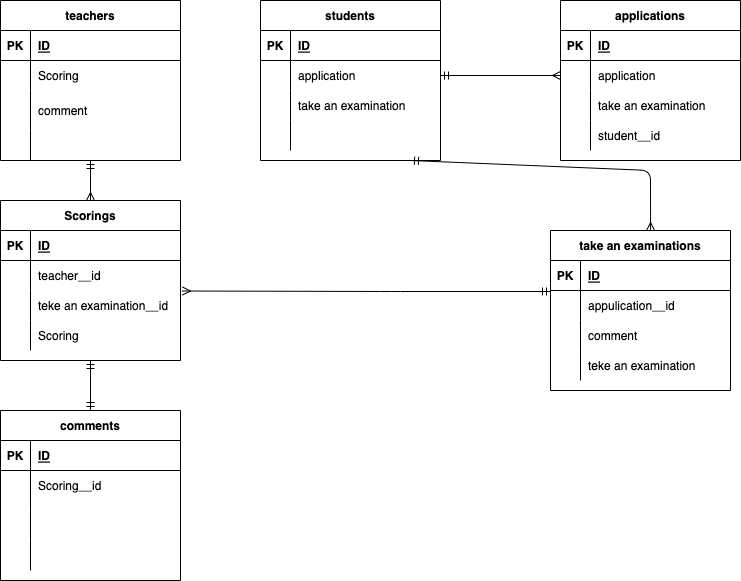
Above: test.drawio.png in daiki239/20220701- (draw.io), before the change. Source tidied: cells renumbered, new cells last; positions are measured from the earlier drawing's top-left corner, leaving out a move shared by most shapes.
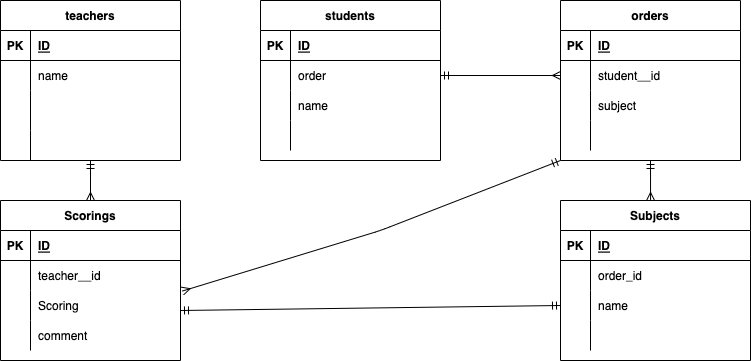
The same file after the commit.

What changed in the source:
```diff
@@ -20,7 +20,7 @@
     <mxCell id="7" style="shape=partialRectangle;fillColor=none;top=0;left=0;bottom=0;right=0;overflow=hidden;" parent="6" vertex="1">
       <mxGeometry width="30" height="30" as="geometry" />
     </mxCell>
-    <mxCell id="8" value="Scoring" style="shape=partialRectangle;fillColor=none;top=0;left=0;bottom=0;right=0;align=left;spacingLeft=6;overflow=hidden;" parent="6" vertex="1">
+    <mxCell id="8" value="name" style="shape=partialRectangle;fillColor=none;top=0;left=0;bottom=0;right=0;align=left;spacingLeft=6;overflow=hidden;" parent="6" vertex="1">
       <mxGeometry x="30" width="150" height="30" as="geometry" />
     </mxCell>
     <mxCell id="9" style="shape=partialRectangle;fillColor=none;top=0;left=0;bottom=0;right=0;" parent="2" vertex="1">
@@ -29,7 +29,7 @@
     <mxCell id="10" style="shape=partialRectangle;fillColor=none;top=0;left=0;bottom=0;right=0;overflow=hidden;" parent="9" vertex="1">
       <mxGeometry width="30" height="40" as="geometry" />
     </mxCell>
-    <mxCell id="11" value="comment" style="shape=partialRectangle;fillColor=none;top=0;left=0;bottom=0;right=0;align=left;spacingLeft=6;overflow=hidden;" parent="9" vertex="1">
+    <mxCell id="11" style="shape=partialRectangle;fillColor=none;top=0;left=0;bottom=0;right=0;align=left;spacingLeft=6;overflow=hidden;" parent="9" vertex="1">
       <mxGeometry x="30" width="150" height="40" as="geometry" />
     </mxCell>
     <mxCell id="12" style="shape=partialRectangle;fillColor=none;top=0;left=0;bottom=0;right=0;" parent="2" vertex="1">
@@ -59,7 +59,7 @@
     <mxCell id="20" style="shape=partialRectangle;fillColor=none;top=0;left=0;bottom=0;right=0;overflow=hidden;" parent="19" vertex="1">
       <mxGeometry width="30" height="30" as="geometry" />
     </mxCell>
-    <mxCell id="21" value="application" style="shape=partialRectangle;fillColor=none;top=0;left=0;bottom=0;right=0;align=left;spacingLeft=6;overflow=hidden;" parent="19" vertex="1">
+    <mxCell id="21" value="order" style="shape=partialRectangle;fillColor=none;top=0;left=0;bottom=0;right=0;align=left;spacingLeft=6;overflow=hidden;" parent="19" vertex="1">
       <mxGeometry x="30" width="150" height="30" as="geometry" />
     </mxCell>
     <mxCell id="22" style="shape=partialRectangle;fillColor=none;top=0;left=0;bottom=0;right=0;" parent="15" vertex="1">
@@ -68,7 +68,7 @@
     <mxCell id="23" style="shape=partialRectangle;fillColor=none;top=0;left=0;bottom=0;right=0;overflow=hidden;" parent="22" vertex="1">
       <mxGeometry width="30" height="30" as="geometry" />
     </mxCell>
-    <mxCell id="24" value="take an examination" style="shape=partialRectangle;fillColor=none;top=0;left=0;bottom=0;right=0;align=left;spacingLeft=6;overflow=hidden;" parent="22" vertex="1">
+    <mxCell id="24" value="name" style="shape=partialRectangle;fillColor=none;top=0;left=0;bottom=0;right=0;align=left;spacingLeft=6;overflow=hidden;" parent="22" vertex="1">
       <mxGeometry x="30" width="150" height="30" as="geometry" />
     </mxCell>
     <mxCell id="25" style="shape=partialRectangle;fillColor=none;top=0;left=0;bottom=0;right=0;" parent="15" vertex="1">
@@ -107,7 +107,7 @@
     <mxCell id="36" style="shape=partialRectangle;fillColor=none;top=0;left=0;bottom=0;right=0;overflow=hidden;" parent="35" vertex="1">
       <mxGeometry width="30" height="30" as="geometry" />
     </mxCell>
-    <mxCell id="37" value="teke an examination__id" style="shape=partialRectangle;fillColor=none;top=0;left=0;bottom=0;right=0;align=left;spacingLeft=6;overflow=hidden;" parent="35" vertex="1">
+    <mxCell id="37" value="Scoring" style="shape=partialRectangle;fillColor=none;top=0;left=0;bottom=0;right=0;align=left;spacingLeft=6;overflow=hidden;" parent="35" vertex="1">
       <mxGeometry x="30" width="150" height="30" as="geometry" />
     </mxCell>
     <mxCell id="38" style="shape=partialRectangle;fillColor=none;top=0;left=0;bottom=0;right=0;" parent="28" vertex="1">
@@ -116,7 +116,7 @@
     <mxCell id="39" style="shape=partialRectangle;fillColor=none;top=0;left=0;bottom=0;right=0;overflow=hidden;" parent="38" vertex="1">
       <mxGeometry width="30" height="30" as="geometry" />
     </mxCell>
-    <mxCell id="40" value="Scoring" style="shape=partialRectangle;fillColor=none;top=0;left=0;bottom=0;right=0;align=left;spacingLeft=6;overflow=hidden;" parent="38" vertex="1">
+    <mxCell id="40" value="comment" style="shape=partialRectangle;fillColor=none;top=0;left=0;bottom=0;right=0;align=left;spacingLeft=6;overflow=hidden;" parent="38" vertex="1">
       <mxGeometry x="30" width="150" height="30" as="geometry" />
     </mxCell>
     <mxCell id="41" style="html=1;targetPerimeterSpacing=8;endArrow=ERmany;endFill=0;startArrow=ERmandOne;startFill=0;entryX=0.5;entryY=0;entryDx=0;entryDy=0;" parent="1" edge="1" target="28">
@@ -124,99 +124,14 @@
         <mxPoint x="90" y="160" as="sourcePoint" />
       </mxGeometry>
     </mxCell>
-    <mxCell id="42" value="take an examinations" style="shape=table;startSize=30;rowLines=0;fontStyle=1;align=center;" parent="1" vertex="1">
-      <mxGeometry x="550" y="230" width="180" height="160" as="geometry" />
-    </mxCell>
-    <mxCell id="43" style="shape=partialRectangle;fillColor=none;top=0;left=0;bottom=1;right=0;" parent="42" vertex="1">
-      <mxGeometry y="30" width="180" height="30" as="geometry" />
-    </mxCell>
-    <mxCell id="44" value="PK" style="shape=partialRectangle;fillColor=none;top=0;left=0;bottom=0;right=0;fontStyle=1;overflow=hidden;" parent="43" vertex="1">
-      <mxGeometry width="30" height="30" as="geometry" />
-    </mxCell>
-    <mxCell id="45" value="ID" style="shape=partialRectangle;fillColor=none;top=0;left=0;bottom=0;right=0;align=left;spacingLeft=6;fontStyle=5;overflow=hidden;" parent="43" vertex="1">
-      <mxGeometry x="30" width="150" height="30" as="geometry" />
-    </mxCell>
-    <mxCell id="46" style="shape=partialRectangle;fillColor=none;top=0;left=0;bottom=0;right=0;" parent="42" vertex="1">
-      <mxGeometry y="60" width="180" height="30" as="geometry" />
-    </mxCell>
-    <mxCell id="47" style="shape=partialRectangle;fillColor=none;top=0;left=0;bottom=0;right=0;overflow=hidden;" parent="46" vertex="1">
-      <mxGeometry width="30" height="30" as="geometry" />
-    </mxCell>
-    <mxCell id="48" value="appulication__id" style="shape=partialRectangle;fillColor=none;top=0;left=0;bottom=0;right=0;align=left;spacingLeft=6;overflow=hidden;" parent="46" vertex="1">
-      <mxGeometry x="30" width="150" height="30" as="geometry" />
-    </mxCell>
-    <mxCell id="49" style="shape=partialRectangle;fillColor=none;top=0;left=0;bottom=0;right=0;" parent="42" vertex="1">
-      <mxGeometry y="90" width="180" height="30" as="geometry" />
-    </mxCell>
-    <mxCell id="50" style="shape=partialRectangle;fillColor=none;top=0;left=0;bottom=0;right=0;overflow=hidden;" parent="49" vertex="1">
-      <mxGeometry width="30" height="30" as="geometry" />
-    </mxCell>
-    <mxCell id="51" value="comment" style="shape=partialRectangle;fillColor=none;top=0;left=0;bottom=0;right=0;align=left;spacingLeft=6;overflow=hidden;" parent="49" vertex="1">
-      <mxGeometry x="30" width="150" height="30" as="geometry" />
-    </mxCell>
-    <mxCell id="52" style="shape=partialRectangle;fillColor=none;top=0;left=0;bottom=0;right=0;" parent="42" vertex="1">
-      <mxGeometry y="120" width="180" height="30" as="geometry" />
-    </mxCell>
-    <mxCell id="53" style="shape=partialRectangle;fillColor=none;top=0;left=0;bottom=0;right=0;overflow=hidden;" parent="52" vertex="1">
-      <mxGeometry width="30" height="30" as="geometry" />
-    </mxCell>
-    <mxCell id="54" value="teke an examination" style="shape=partialRectangle;fillColor=none;top=0;left=0;bottom=0;right=0;align=left;spacingLeft=6;overflow=hidden;" parent="52" vertex="1">
-      <mxGeometry x="30" width="150" height="30" as="geometry" />
-    </mxCell>
-    <mxCell id="55" value="comments" style="shape=table;startSize=30;rowLines=0;fontStyle=1;align=center;" parent="1" vertex="1">
-      <mxGeometry y="410" width="180" height="170" as="geometry" />
-    </mxCell>
-    <mxCell id="56" style="shape=partialRectangle;fillColor=none;top=0;left=0;bottom=1;right=0;" parent="55" vertex="1">
-      <mxGeometry y="30" width="180" height="30" as="geometry" />
-    </mxCell>
-    <mxCell id="57" value="PK" style="shape=partialRectangle;fillColor=none;top=0;left=0;bottom=0;right=0;fontStyle=1;overflow=hidden;" parent="56" vertex="1">
-      <mxGeometry width="30" height="30" as="geometry" />
-    </mxCell>
-    <mxCell id="58" value="ID" style="shape=partialRectangle;fillColor=none;top=0;left=0;bottom=0;right=0;align=left;spacingLeft=6;fontStyle=5;overflow=hidden;" parent="56" vertex="1">
-      <mxGeometry x="30" width="150" height="30" as="geometry" />
-    </mxCell>
-    <mxCell id="59" style="shape=partialRectangle;fillColor=none;top=0;left=0;bottom=0;right=0;" parent="55" vertex="1">
-      <mxGeometry y="60" width="180" height="40" as="geometry" />
-    </mxCell>
-    <mxCell id="60" style="shape=partialRectangle;fillColor=none;top=0;left=0;bottom=0;right=0;overflow=hidden;" parent="59" vertex="1">
-      <mxGeometry width="30" height="40" as="geometry" />
-    </mxCell>
-    <mxCell id="61" style="shape=partialRectangle;fillColor=none;top=0;left=0;bottom=0;right=0;align=left;spacingLeft=6;overflow=hidden;" parent="59" vertex="1">
-      <mxGeometry x="30" width="150" height="40" as="geometry" />
-    </mxCell>
-    <mxCell id="62" style="shape=partialRectangle;fillColor=none;top=0;left=0;bottom=0;right=0;" parent="55" vertex="1">
-      <mxGeometry y="100" width="180" height="30" as="geometry" />
-    </mxCell>
-    <mxCell id="63" style="shape=partialRectangle;fillColor=none;top=0;left=0;bottom=0;right=0;overflow=hidden;" parent="62" vertex="1">
-      <mxGeometry width="30" height="30" as="geometry" />
-    </mxCell>
-    <mxCell id="64" style="shape=partialRectangle;fillColor=none;top=0;left=0;bottom=0;right=0;align=left;spacingLeft=6;overflow=hidden;" parent="62" vertex="1">
-      <mxGeometry x="30" width="150" height="30" as="geometry" />
-    </mxCell>
-    <mxCell id="65" style="shape=partialRectangle;fillColor=none;top=0;left=0;bottom=0;right=0;" parent="55" vertex="1">
-      <mxGeometry y="130" width="180" height="30" as="geometry" />
-    </mxCell>
-    <mxCell id="66" style="shape=partialRectangle;fillColor=none;top=0;left=0;bottom=0;right=0;overflow=hidden;" parent="65" vertex="1">
-      <mxGeometry width="30" height="30" as="geometry" />
-    </mxCell>
-    <mxCell id="67" style="shape=partialRectangle;fillColor=none;top=0;left=0;bottom=0;right=0;align=left;spacingLeft=6;overflow=hidden;" parent="65" vertex="1">
-      <mxGeometry x="30" width="150" height="30" as="geometry" />
-    </mxCell>
-    <mxCell id="68" style="html=1;exitX=0.5;exitY=1;exitDx=0;exitDy=0;targetPerimeterSpacing=8;endArrow=ERmandOne;endFill=0;startArrow=ERmandOne;startFill=0;entryX=0.5;entryY=0;entryDx=0;entryDy=0;" parent="1" edge="1" source="28" target="55">
-      <mxGeometry relative="1" as="geometry" />
-    </mxCell>
-    <mxCell id="69" style="html=1;targetPerimeterSpacing=8;endArrow=ERmany;endFill=0;startArrow=ERmandOne;startFill=0;entryX=1.011;entryY=0.017;entryDx=0;entryDy=0;entryPerimeter=0;" parent="1" edge="1" target="35">
+    <mxCell id="69" style="html=1;targetPerimeterSpacing=8;endArrow=ERmany;endFill=0;startArrow=ERmandOne;startFill=0;entryX=1.011;entryY=0.017;entryDx=0;entryDy=0;entryPerimeter=0;exitX=0;exitY=1;exitDx=0;exitDy=0;" parent="1" edge="1" source="71" target="35">
       <mxGeometry relative="1" as="geometry">
-        <mxPoint x="550" y="291" as="sourcePoint" />
         <Array as="points">
-          <mxPoint x="390" y="291" />
+          <mxPoint x="380" y="230" />
         </Array>
       </mxGeometry>
     </mxCell>
-    <mxCell id="70" value="Scoring__id" style="shape=partialRectangle;fillColor=none;top=0;left=0;bottom=0;right=0;align=left;spacingLeft=6;overflow=hidden;" parent="1" vertex="1">
-      <mxGeometry x="30" y="470" width="150" height="30" as="geometry" />
-    </mxCell>
-    <mxCell id="71" value="applications" style="shape=table;startSize=30;rowLines=0;fontStyle=1;align=center;" parent="1" vertex="1">
+    <mxCell id="71" value="orders" style="shape=table;startSize=30;rowLines=0;fontStyle=1;align=center;" parent="1" vertex="1">
       <mxGeometry x="560" width="180" height="160" as="geometry" />
     </mxCell>
     <mxCell id="72" style="shape=partialRectangle;fillColor=none;top=0;left=0;bottom=1;right=0;" parent="71" vertex="1">
@@ -234,7 +149,7 @@
     <mxCell id="76" style="shape=partialRectangle;fillColor=none;top=0;left=0;bottom=0;right=0;overflow=hidden;" parent="75" vertex="1">
       <mxGeometry width="30" height="30" as="geometry" />
     </mxCell>
-    <mxCell id="77" value="application" style="shape=partialRectangle;fillColor=none;top=0;left=0;bottom=0;right=0;align=left;spacingLeft=6;overflow=hidden;" parent="75" vertex="1">
+    <mxCell id="77" value="student__id" style="shape=partialRectangle;fillColor=none;top=0;left=0;bottom=0;right=0;align=left;spacingLeft=6;overflow=hidden;" parent="75" vertex="1">
       <mxGeometry x="30" width="150" height="30" as="geometry" />
     </mxCell>
     <mxCell id="78" style="shape=partialRectangle;fillColor=none;top=0;left=0;bottom=0;right=0;" parent="71" vertex="1">
@@ -243,7 +158,7 @@
     <mxCell id="79" style="shape=partialRectangle;fillColor=none;top=0;left=0;bottom=0;right=0;overflow=hidden;" parent="78" vertex="1">
       <mxGeometry width="30" height="30" as="geometry" />
     </mxCell>
-    <mxCell id="80" value="take an examination" style="shape=partialRectangle;fillColor=none;top=0;left=0;bottom=0;right=0;align=left;spacingLeft=6;overflow=hidden;" parent="78" vertex="1">
+    <mxCell id="80" value="subject" style="shape=partialRectangle;fillColor=none;top=0;left=0;bottom=0;right=0;align=left;spacingLeft=6;overflow=hidden;" parent="78" vertex="1">
       <mxGeometry x="30" width="150" height="30" as="geometry" />
     </mxCell>
     <mxCell id="81" style="shape=partialRectangle;fillColor=none;top=0;left=0;bottom=0;right=0;" parent="71" vertex="1">
@@ -252,19 +167,58 @@
     <mxCell id="82" style="shape=partialRectangle;fillColor=none;top=0;left=0;bottom=0;right=0;overflow=hidden;" parent="81" vertex="1">
       <mxGeometry width="30" height="30" as="geometry" />
     </mxCell>
-    <mxCell id="83" value="student__id" style="shape=partialRectangle;fillColor=none;top=0;left=0;bottom=0;right=0;align=left;spacingLeft=6;overflow=hidden;" parent="81" vertex="1">
+    <mxCell id="83" style="shape=partialRectangle;fillColor=none;top=0;left=0;bottom=0;right=0;align=left;spacingLeft=6;overflow=hidden;" parent="81" vertex="1">
       <mxGeometry x="30" width="150" height="30" as="geometry" />
     </mxCell>
     <mxCell id="84" style="html=1;targetPerimeterSpacing=8;endArrow=ERmany;endFill=0;startArrow=ERmandOne;startFill=0;entryX=0;entryY=0.5;entryDx=0;entryDy=0;exitX=1;exitY=0.5;exitDx=0;exitDy=0;" parent="1" edge="1" source="19" target="75">
       <mxGeometry relative="1" as="geometry" />
     </mxCell>
-    <mxCell id="85" style="html=1;targetPerimeterSpacing=8;endArrow=ERmany;endFill=0;startArrow=ERmandOne;startFill=0;entryX=0.556;entryY=0;entryDx=0;entryDy=0;entryPerimeter=0;" parent="1" edge="1" target="42">
-      <mxGeometry relative="1" as="geometry">
-        <mxPoint x="410" y="160" as="sourcePoint" />
-        <Array as="points">
-          <mxPoint x="650" y="170" />
-        </Array>
-      </mxGeometry>
-    </mxCell>
+    <mxCell id="86" value="Subjects" style="shape=table;startSize=30;rowLines=0;fontStyle=1;align=center;" parent="1" vertex="1">
+      <mxGeometry x="560" y="200" width="190" height="160" as="geometry" />
+    </mxCell>
+    <mxCell id="87" style="shape=partialRectangle;fillColor=none;top=0;left=0;bottom=1;right=0;" parent="86" vertex="1">
+      <mxGeometry y="30" width="190" height="30" as="geometry" />
+    </mxCell>
+    <mxCell id="88" value="PK" style="shape=partialRectangle;fillColor=none;top=0;left=0;bottom=0;right=0;fontStyle=1;overflow=hidden;" parent="87" vertex="1">
+      <mxGeometry width="30" height="30" as="geometry" />
+    </mxCell>
+    <mxCell id="89" value="ID" style="shape=partialRectangle;fillColor=none;top=0;left=0;bottom=0;right=0;align=left;spacingLeft=6;fontStyle=5;overflow=hidden;" parent="87" vertex="1">
+      <mxGeometry x="30" width="160" height="30" as="geometry" />
+    </mxCell>
+    <mxCell id="90" style="shape=partialRectangle;fillColor=none;top=0;left=0;bottom=0;right=0;" parent="86" vertex="1">
+      <mxGeometry y="60" width="190" height="30" as="geometry" />
+    </mxCell>
+    <mxCell id="91" style="shape=partialRectangle;fillColor=none;top=0;left=0;bottom=0;right=0;overflow=hidden;" parent="90" vertex="1">
+      <mxGeometry width="30" height="30" as="geometry" />
+    </mxCell>
+    <mxCell id="92" value="order_id" style="shape=partialRectangle;fillColor=none;top=0;left=0;bottom=0;right=0;align=left;spacingLeft=6;overflow=hidden;" parent="90" vertex="1">
+      <mxGeometry x="30" width="160" height="30" as="geometry" />
+    </mxCell>
+    <mxCell id="93" style="shape=partialRectangle;fillColor=none;top=0;left=0;bottom=0;right=0;points=[[0,0.5],[1,0.5]];portConstraint=eastwest;" parent="86" vertex="1">
+      <mxGeometry y="90" width="190" height="30" as="geometry" />
+    </mxCell>
+    <mxCell id="94" style="shape=partialRectangle;fillColor=none;top=0;left=0;bottom=0;right=0;overflow=hidden;" parent="93" vertex="1">
+      <mxGeometry width="30" height="30" as="geometry" />
+    </mxCell>
+    <mxCell id="95" value="name" style="shape=partialRectangle;fillColor=none;top=0;left=0;bottom=0;right=0;align=left;spacingLeft=6;overflow=hidden;" parent="93" vertex="1">
+      <mxGeometry x="30" width="160" height="30" as="geometry" />
+    </mxCell>
+    <mxCell id="96" style="shape=partialRectangle;fillColor=none;top=0;left=0;bottom=0;right=0;" parent="86" vertex="1">
+      <mxGeometry y="120" width="190" height="30" as="geometry" />
+    </mxCell>
+    <mxCell id="97" style="shape=partialRectangle;fillColor=none;top=0;left=0;bottom=0;right=0;overflow=hidden;" parent="96" vertex="1">
+      <mxGeometry width="30" height="30" as="geometry" />
+    </mxCell>
+    <mxCell id="98" style="shape=partialRectangle;fillColor=none;top=0;left=0;bottom=0;right=0;align=left;spacingLeft=6;overflow=hidden;" parent="96" vertex="1">
+      <mxGeometry x="30" width="160" height="30" as="geometry" />
+    </mxCell>
+    <mxCell id="99" style="html=1;targetPerimeterSpacing=8;endArrow=ERmany;endFill=0;startArrow=ERmandOne;startFill=0;entryX=0.474;entryY=0;entryDx=0;entryDy=0;exitX=0.5;exitY=1;exitDx=0;exitDy=0;entryPerimeter=0;" parent="1" edge="1" source="71" target="86">
+      <mxGeometry relative="1" as="geometry" />
+    </mxCell>
+    <mxCell id="100" style="html=1;targetPerimeterSpacing=8;endArrow=ERmandOne;endFill=0;startArrow=ERmandOne;startFill=0;exitX=1;exitY=1;exitDx=0;exitDy=0;entryX=0;entryY=0.5;entryDx=0;entryDy=0;" parent="1" edge="1" target="93">
+      <mxGeometry relative="1" as="geometry">
+        <mxPoint x="180" y="310" as="sourcePoint" />
+      </mxGeometry>
+    </mxCell>
   </root>
 </mxGraphModel>
```
